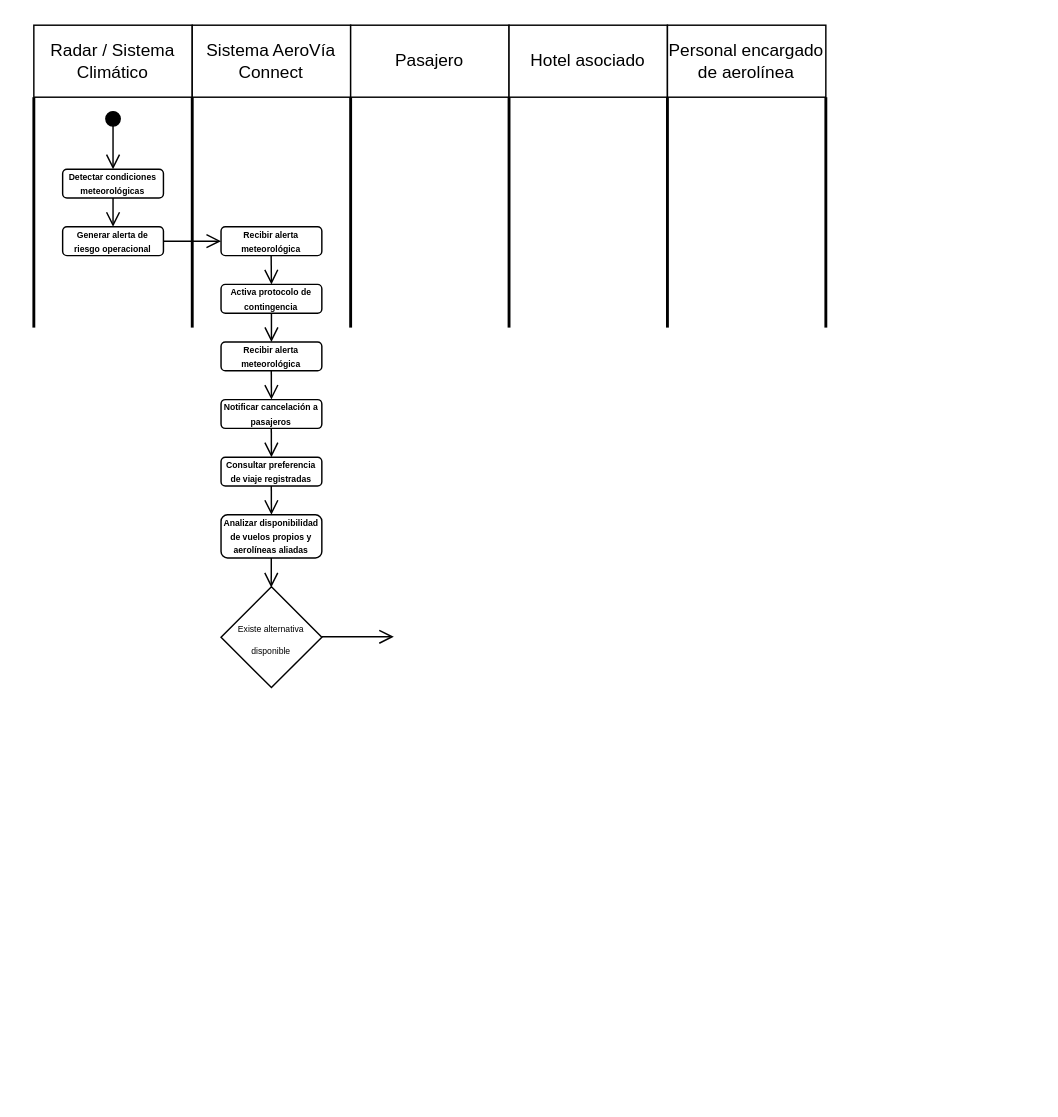
Above: AC.drawio in ilvmx01/extras (draw.io), before the change. Source tidied: cells renumbered, new cells numbered last; positions are measured from the earlier drawing's top-left corner, leaving out a move shared by most shapes. Both pictures are drawn from the tidied source at 144%, with x=0, y=0 at pixel (26, 24).
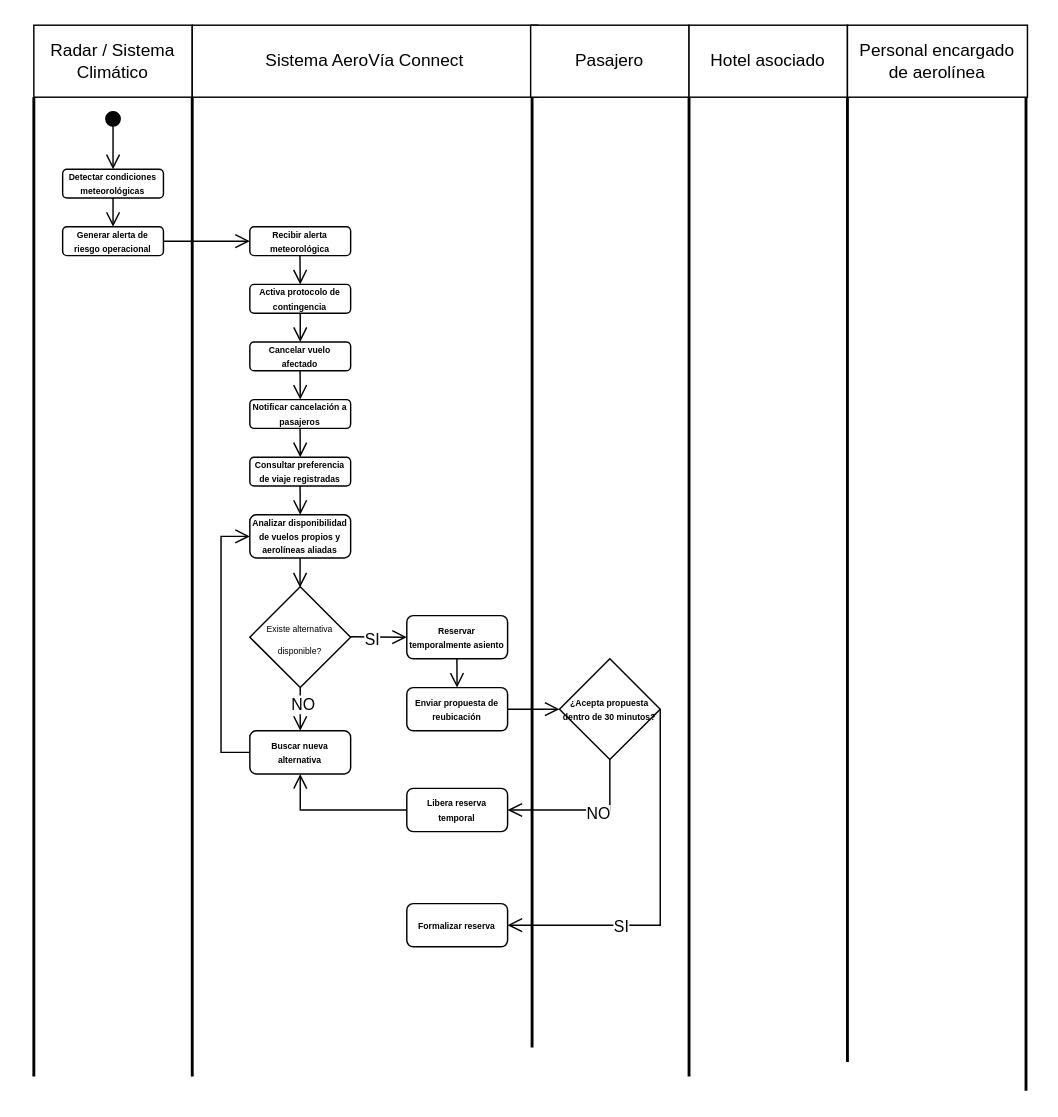
The same page after the edit.

What changed in the source:
```diff
@@
     <mxCell id="3" value="Sistema AeroVía Connect" style="html=1;whiteSpace=wrap;" parent="1" vertex="1">
-      <mxGeometry x="115" width="110" height="50" as="geometry" />
+      <mxGeometry x="115" width="240" height="50" as="geometry" />
     </mxCell>
     <mxCell id="4" value="Pasajero" style="html=1;whiteSpace=wrap;" parent="1" vertex="1">
-      <mxGeometry x="225" width="110" height="50" as="geometry" />
+      <mxGeometry x="350" width="110" height="50" as="geometry" />
     </mxCell>
     <mxCell id="5" value="Hotel asociado" style="html=1;whiteSpace=wrap;" parent="1" vertex="1">
-      <mxGeometry x="335" width="110" height="50" as="geometry" />
+      <mxGeometry x="460" width="110" height="50" as="geometry" />
     </mxCell>
     <mxCell id="6" value="Personal encargado de aerolínea" style="html=1;whiteSpace=wrap;" parent="1" vertex="1">
-      <mxGeometry x="445" width="110" height="50" as="geometry" />
+      <mxGeometry x="570" width="125" height="50" as="geometry" />
     </mxCell>
     <mxCell id="7" style="line;strokeWidth=2;direction=south;html=1;" parent="1" vertex="1">
-      <mxGeometry x="110" y="50" width="10" height="160" as="geometry" />
+      <mxGeometry x="110" y="50" width="10" height="680" as="geometry" />
     </mxCell>
     <mxCell id="8" style="line;strokeWidth=2;direction=south;html=1;" parent="1" vertex="1">
-      <mxGeometry y="50" width="10" height="160" as="geometry" />
+      <mxGeometry y="50" width="10" height="680" as="geometry" />
     </mxCell>
     <mxCell id="9" style="line;strokeWidth=2;direction=south;html=1;" parent="1" vertex="1">
-      <mxGeometry x="220" y="50" width="10" height="160" as="geometry" />
+      <mxGeometry x="346" y="50" width="10" height="660" as="geometry" />
     </mxCell>
     <mxCell id="10" style="line;strokeWidth=2;direction=south;html=1;" parent="1" vertex="1">
-      <mxGeometry x="330" y="50" width="10" height="160" as="geometry" />
+      <mxGeometry x="455" y="50" width="10" height="680" as="geometry" />
     </mxCell>
     <mxCell id="11" style="line;strokeWidth=2;direction=south;html=1;" parent="1" vertex="1">
-      <mxGeometry x="440" y="50" width="10" height="160" as="geometry" />
+      <mxGeometry x="565" y="50" width="10" height="670" as="geometry" />
     </mxCell>
     <mxCell id="12" style="line;strokeWidth=2;direction=south;html=1;" parent="1" vertex="1">
-      <mxGeometry x="550" y="50" width="10" height="160" as="geometry" />
+      <mxGeometry x="689" y="50" width="10" height="690" as="geometry" />
     </mxCell>
@@
     <mxCell id="16" value="&lt;h6&gt;&lt;font style=&quot;font-size: 6px;&quot;&gt;Recibir alerta meteorológica&lt;/font&gt;&lt;/h6&gt;" style="rounded=1;whiteSpace=wrap;html=1;" parent="1" vertex="1">
-      <mxGeometry x="135" y="140" width="70" height="20" as="geometry" />
+      <mxGeometry x="155" y="140" width="70" height="20" as="geometry" />
     </mxCell>
     <mxCell id="17" value="&lt;h6&gt;&lt;font style=&quot;font-size: 6px;&quot;&gt;Activa protocolo de contingencia&lt;/font&gt;&lt;/h6&gt;" style="rounded=1;whiteSpace=wrap;html=1;" parent="1" vertex="1">
-      <mxGeometry x="135" y="180" width="70" height="20" as="geometry" />
+      <mxGeometry x="155" y="180" width="70" height="20" as="geometry" />
     </mxCell>
-    <mxCell id="18" value="&lt;h6&gt;&lt;font style=&quot;font-size: 6px;&quot;&gt;Recibir alerta meteorológica&lt;/font&gt;&lt;/h6&gt;" style="rounded=1;whiteSpace=wrap;html=1;" parent="1" vertex="1">
-      <mxGeometry x="135" y="220" width="70" height="20" as="geometry" />
+    <mxCell id="18" value="&lt;h6&gt;&lt;font style=&quot;font-size: 6px;&quot;&gt;Cancelar vuelo afectado&lt;/font&gt;&lt;/h6&gt;" style="rounded=1;whiteSpace=wrap;html=1;" parent="1" vertex="1">
+      <mxGeometry x="155" y="220" width="70" height="20" as="geometry" />
     </mxCell>
     <mxCell id="19" value="&lt;h6&gt;&lt;font style=&quot;font-size: 6px;&quot;&gt;Notificar cancelación a pasajeros&lt;/font&gt;&lt;/h6&gt;" style="rounded=1;whiteSpace=wrap;html=1;" parent="1" vertex="1">
-      <mxGeometry x="135" y="260" width="70" height="20" as="geometry" />
+      <mxGeometry x="155" y="260" width="70" height="20" as="geometry" />
     </mxCell>
     <mxCell id="20" value="&lt;h6&gt;&lt;font style=&quot;font-size: 6px;&quot;&gt;Consultar preferencia de viaje registradas&lt;/font&gt;&lt;/h6&gt;" style="rounded=1;whiteSpace=wrap;html=1;" parent="1" vertex="1">
-      <mxGeometry x="135" y="300" width="70" height="20" as="geometry" />
+      <mxGeometry x="155" y="300" width="70" height="20" as="geometry" />
     </mxCell>
     <mxCell id="21" value="&lt;h6&gt;&lt;font style=&quot;font-size: 6px;&quot;&gt;Analizar disponibilidad de vuelos propios y aerolíneas aliadas&lt;/font&gt;&lt;/h6&gt;" style="rounded=1;whiteSpace=wrap;html=1;" parent="1" vertex="1">
-      <mxGeometry x="135" y="340" width="70" height="30" as="geometry" />
+      <mxGeometry x="155" y="340" width="70" height="30" as="geometry" />
     </mxCell>
-    <mxCell id="22" value="&lt;font style=&quot;font-size: 6px;&quot;&gt;Existe alternativa disponible&lt;/font&gt;" style="rhombus;whiteSpace=wrap;html=1;shapeInside=1;" parent="1" vertex="1">
-      <mxGeometry x="135" y="390" width="70" height="70" as="geometry" />
+    <mxCell id="22" value="&lt;font style=&quot;font-size: 6px;&quot;&gt;Existe alternativa disponible?&lt;/font&gt;" style="rhombus;whiteSpace=wrap;html=1;shapeInside=1;" parent="1" vertex="1">
+      <mxGeometry x="155" y="390" width="70" height="70" as="geometry" />
     </mxCell>
-    <mxCell id="23" style="endArrow=open;startArrow=none;endFill=0;startFill=0;endSize=8;html=1;verticalAlign=bottom;labelBackgroundColor=none;strokeWidth=1;rounded=0;" parent="1" edge="1">
+    <mxCell id="23" style="endArrow=open;startArrow=none;endFill=0;startFill=0;endSize=8;html=1;verticalAlign=bottom;labelBackgroundColor=none;strokeWidth=1;rounded=0;entryX=0;entryY=0.5;entryDx=0;entryDy=0;" parent="1" edge="1" target="38">
       <mxGeometry relative="1" as="geometry">
-        <mxPoint x="205" y="424.7" as="sourcePoint" />
-        <mxPoint x="255" y="424.7" as="targetPoint" />
+        <mxPoint x="225" y="424.7" as="sourcePoint" />
       </mxGeometry>
     </mxCell>
+    <mxCell id="33" value="SI" style="edgeLabel;html=1;align=center;verticalAlign=middle;" parent="23" vertex="1">
+      <mxGeometry x="-0.25" y="-2" relative="1" as="geometry" />
+    </mxCell>
@@
     <mxCell id="26" style="endArrow=open;startArrow=none;endFill=0;startFill=0;endSize=8;html=1;verticalAlign=bottom;labelBackgroundColor=none;strokeWidth=1;rounded=0;exitX=0.5;exitY=1;exitDx=0;exitDy=0;entryX=0.5;entryY=0;entryDx=0;entryDy=0;" parent="1" edge="1" target="17">
       <mxGeometry relative="1" as="geometry">
-        <mxPoint x="169.8" y="160" as="sourcePoint" />
+        <mxPoint x="189.8" y="160" as="sourcePoint" />
       </mxGeometry>
     </mxCell>
@@
     <mxCell id="28" style="endArrow=open;startArrow=none;endFill=0;startFill=0;endSize=8;html=1;verticalAlign=bottom;labelBackgroundColor=none;strokeWidth=1;rounded=0;exitX=0.5;exitY=1;exitDx=0;exitDy=0;entryX=0.5;entryY=0;entryDx=0;entryDy=0;" parent="1" edge="1" target="18">
       <mxGeometry relative="1" as="geometry">
-        <mxPoint x="170" y="200" as="sourcePoint" />
+        <mxPoint x="190" y="200" as="sourcePoint" />
       </mxGeometry>
     </mxCell>
     <mxCell id="29" style="endArrow=open;startArrow=none;endFill=0;startFill=0;endSize=8;html=1;verticalAlign=bottom;labelBackgroundColor=none;strokeWidth=1;rounded=0;exitX=0.5;exitY=1;exitDx=0;exitDy=0;entryX=0.5;entryY=0;entryDx=0;entryDy=0;" parent="1" edge="1" target="19">
       <mxGeometry relative="1" as="geometry">
-        <mxPoint x="169.9" y="240" as="sourcePoint" />
+        <mxPoint x="189.9" y="240" as="sourcePoint" />
       </mxGeometry>
     </mxCell>
     <mxCell id="30" style="endArrow=open;startArrow=none;endFill=0;startFill=0;endSize=8;html=1;verticalAlign=bottom;labelBackgroundColor=none;strokeWidth=1;rounded=0;exitX=0.5;exitY=1;exitDx=0;exitDy=0;entryX=0.5;entryY=0;entryDx=0;entryDy=0;" parent="1" edge="1" target="20">
       <mxGeometry relative="1" as="geometry">
-        <mxPoint x="169.9" y="280" as="sourcePoint" />
+        <mxPoint x="189.9" y="280" as="sourcePoint" />
       </mxGeometry>
     </mxCell>
     <mxCell id="31" style="endArrow=open;startArrow=none;endFill=0;startFill=0;endSize=8;html=1;verticalAlign=bottom;labelBackgroundColor=none;strokeWidth=1;rounded=0;exitX=0.5;exitY=1;exitDx=0;exitDy=0;entryX=0.5;entryY=0;entryDx=0;entryDy=0;" parent="1" edge="1" target="21">
       <mxGeometry relative="1" as="geometry">
-        <mxPoint x="169.9" y="320" as="sourcePoint" />
+        <mxPoint x="189.9" y="320" as="sourcePoint" />
       </mxGeometry>
     </mxCell>
     <mxCell id="32" style="endArrow=open;startArrow=none;endFill=0;startFill=0;endSize=8;html=1;verticalAlign=bottom;labelBackgroundColor=none;strokeWidth=1;rounded=0;exitX=0.5;exitY=1;exitDx=0;exitDy=0;entryX=0.498;entryY=0.007;entryDx=0;entryDy=0;entryPerimeter=0;" parent="1" edge="1" target="22">
       <mxGeometry relative="1" as="geometry">
-        <mxPoint x="169.9" y="370" as="sourcePoint" />
+        <mxPoint x="189.9" y="370" as="sourcePoint" />
       </mxGeometry>
     </mxCell>
+    <mxCell id="34" style="endArrow=open;startArrow=none;endFill=0;startFill=0;endSize=8;html=1;verticalAlign=bottom;labelBackgroundColor=none;strokeWidth=1;rounded=0;exitX=0.5;exitY=1;exitDx=0;exitDy=0;" parent="1" edge="1" source="22">
+      <mxGeometry relative="1" as="geometry">
+        <mxPoint x="190" y="490" as="targetPoint" />
+      </mxGeometry>
+    </mxCell>
+    <mxCell id="35" value="NO" style="edgeLabel;html=1;align=center;verticalAlign=middle;" parent="34" vertex="1">
+      <mxGeometry x="-0.26" y="1" relative="1" as="geometry" />
+    </mxCell>
+    <mxCell id="36" value="&lt;h6&gt;&lt;font style=&quot;font-size: 6px;&quot;&gt;Buscar nueva alternativa&lt;/font&gt;&lt;/h6&gt;" style="rounded=1;whiteSpace=wrap;html=1;" parent="1" vertex="1">
+      <mxGeometry x="155" y="490" width="70" height="30" as="geometry" />
+    </mxCell>
+    <mxCell id="37" style="endArrow=open;startArrow=none;endFill=0;startFill=0;endSize=8;html=1;verticalAlign=bottom;labelBackgroundColor=none;strokeWidth=1;rounded=0;exitX=0;exitY=0.5;exitDx=0;exitDy=0;entryX=0;entryY=0.5;entryDx=0;entryDy=0;" parent="1" edge="1" source="36" target="21">
+      <mxGeometry relative="1" as="geometry">
+        <Array as="points">
+          <mxPoint x="135" y="505" />
+          <mxPoint x="135" y="430" />
+          <mxPoint x="135" y="355" />
+        </Array>
+      </mxGeometry>
+    </mxCell>
+    <mxCell id="38" value="&lt;h6&gt;&lt;font style=&quot;font-size: 6px;&quot;&gt;Reservar temporalmente asiento&lt;/font&gt;&lt;/h6&gt;" style="rounded=1;whiteSpace=wrap;html=1;" parent="1" vertex="1">
+      <mxGeometry x="264" y="410" width="70" height="30" as="geometry" />
+    </mxCell>
+    <mxCell id="39" value="&lt;h6&gt;&lt;font style=&quot;font-size: 6px;&quot;&gt;Enviar propuesta de reubicación&lt;/font&gt;&lt;/h6&gt;" style="rounded=1;whiteSpace=wrap;html=1;" parent="1" vertex="1">
+      <mxGeometry x="264" y="460" width="70" height="30" as="geometry" />
+    </mxCell>
+    <mxCell id="40" style="endArrow=open;startArrow=none;endFill=0;startFill=0;endSize=8;html=1;verticalAlign=bottom;labelBackgroundColor=none;strokeWidth=1;rounded=0;exitX=0.5;exitY=1;exitDx=0;exitDy=0;entryX=0.498;entryY=0.007;entryDx=0;entryDy=0;entryPerimeter=0;" parent="1" edge="1">
+      <mxGeometry relative="1" as="geometry">
+        <mxPoint x="298.8" y="440" as="sourcePoint" />
+        <mxPoint x="298.9" y="460" as="targetPoint" />
+      </mxGeometry>
+    </mxCell>
+    <mxCell id="41" value="&lt;h6&gt;&lt;font style=&quot;font-size: 6px;&quot;&gt;¿Acepta propuesta dentro de 30 minutos?&lt;/font&gt;&lt;/h6&gt;" style="rhombus;whiteSpace=wrap;html=1;shapeInside=1;" parent="1" vertex="1">
+      <mxGeometry x="370" y="440" width="70" height="70" as="geometry" />
+    </mxCell>
+    <mxCell id="42" style="endArrow=open;startArrow=none;endFill=0;startFill=0;endSize=8;html=1;verticalAlign=bottom;labelBackgroundColor=none;strokeWidth=1;rounded=0;exitX=1;exitY=0.5;exitDx=0;exitDy=0;entryX=0;entryY=0.5;entryDx=0;entryDy=0;" parent="1" edge="1" source="39" target="41">
+      <mxGeometry relative="1" as="geometry" />
+    </mxCell>
+    <mxCell id="43" style="endArrow=open;startArrow=none;endFill=0;startFill=0;endSize=8;html=1;verticalAlign=bottom;labelBackgroundColor=none;strokeWidth=1;rounded=0;exitX=0.5;exitY=1;exitDx=0;exitDy=0;entryX=1;entryY=0.5;entryDx=0;entryDy=0;" parent="1" edge="1" source="41" target="48">
+      <mxGeometry relative="1" as="geometry">
+        <Array as="points">
+          <mxPoint x="405" y="545" />
+        </Array>
+      </mxGeometry>
+    </mxCell>
+    <mxCell id="44" value="NO" style="edgeLabel;html=1;align=center;verticalAlign=middle;" parent="43" vertex="1">
+      <mxGeometry x="-0.17" y="2" relative="1" as="geometry" />
+    </mxCell>
+    <mxCell id="45" style="endArrow=open;startArrow=none;endFill=0;startFill=0;endSize=8;html=1;verticalAlign=bottom;labelBackgroundColor=none;strokeWidth=1;rounded=0;exitX=1;exitY=0.5;exitDx=0;exitDy=0;entryX=1;entryY=0.5;entryDx=0;entryDy=0;" parent="1" edge="1" source="41" target="47">
+      <mxGeometry relative="1" as="geometry">
+        <Array as="points">
+          <mxPoint x="440" y="625" />
+        </Array>
+      </mxGeometry>
+    </mxCell>
+    <mxCell id="46" value="SI" style="edgeLabel;html=1;align=center;verticalAlign=middle;" parent="45" vertex="1">
+      <mxGeometry x="0.39" relative="1" as="geometry" />
+    </mxCell>
+    <mxCell id="47" value="&lt;h6&gt;&lt;font style=&quot;font-size: 6px;&quot;&gt;Formalizar reserva&lt;/font&gt;&lt;/h6&gt;" style="rounded=1;whiteSpace=wrap;html=1;" parent="1" vertex="1">
+      <mxGeometry x="264" y="610" width="70" height="30" as="geometry" />
+    </mxCell>
+    <mxCell id="48" value="&lt;h6&gt;&lt;font style=&quot;font-size: 6px;&quot;&gt;Libera reserva temporal&lt;/font&gt;&lt;/h6&gt;" style="rounded=1;whiteSpace=wrap;html=1;" parent="1" vertex="1">
+      <mxGeometry x="264" y="530" width="70" height="30" as="geometry" />
+    </mxCell>
+    <mxCell id="49" style="endArrow=open;startArrow=none;endFill=0;startFill=0;endSize=8;html=1;verticalAlign=bottom;labelBackgroundColor=none;strokeWidth=1;rounded=0;exitX=0;exitY=0.5;exitDx=0;exitDy=0;entryX=0.5;entryY=1;entryDx=0;entryDy=0;" parent="1" edge="1" source="48" target="36">
+      <mxGeometry relative="1" as="geometry">
+        <Array as="points">
+          <mxPoint x="190" y="545" />
+        </Array>
+      </mxGeometry>
+    </mxCell>
```
